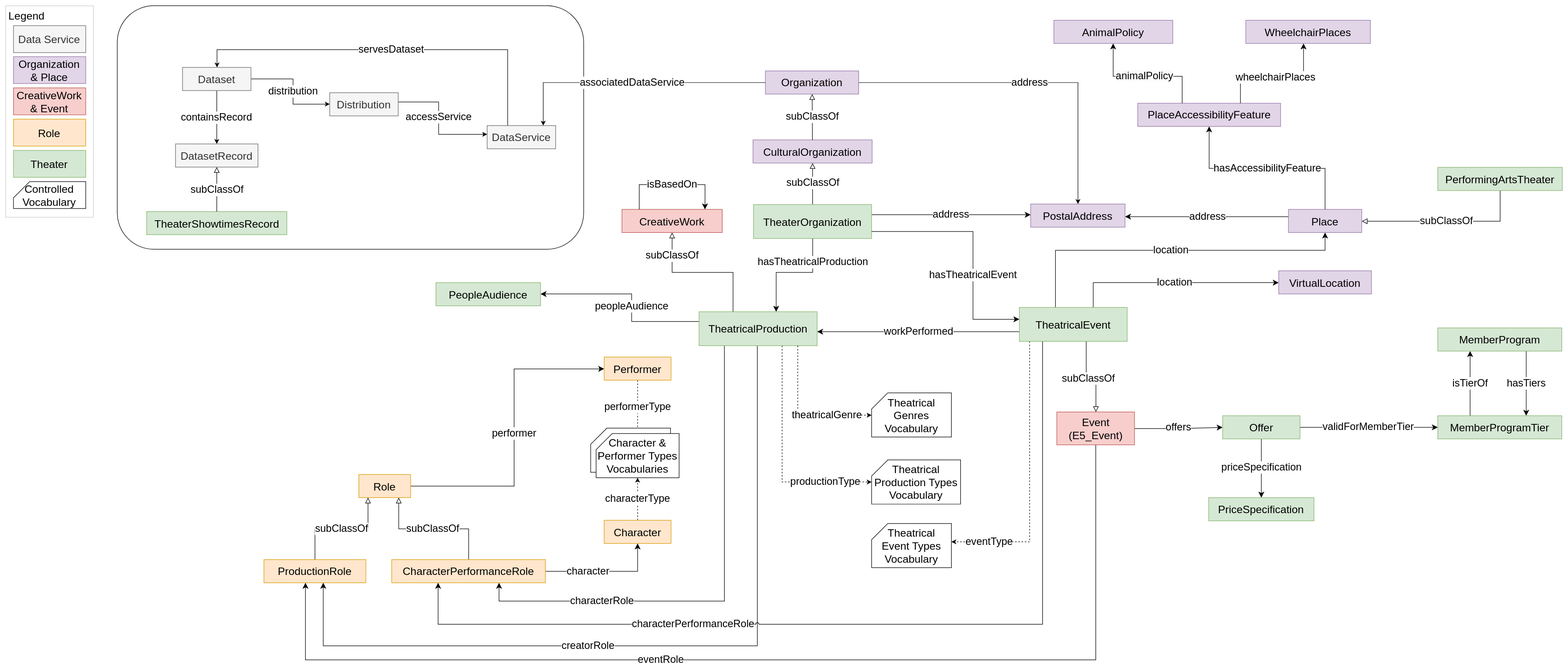
The draw.io diagram visual-models/theater-showtimes-concise-model.drawio.svg in Fraunhofer-FIT-DSAI/drk-information-model, before a commit. Source tidied: cells renumbered, new cells last; positions are measured from the earlier drawing's top-left corner, leaving out a move shared by most shapes.
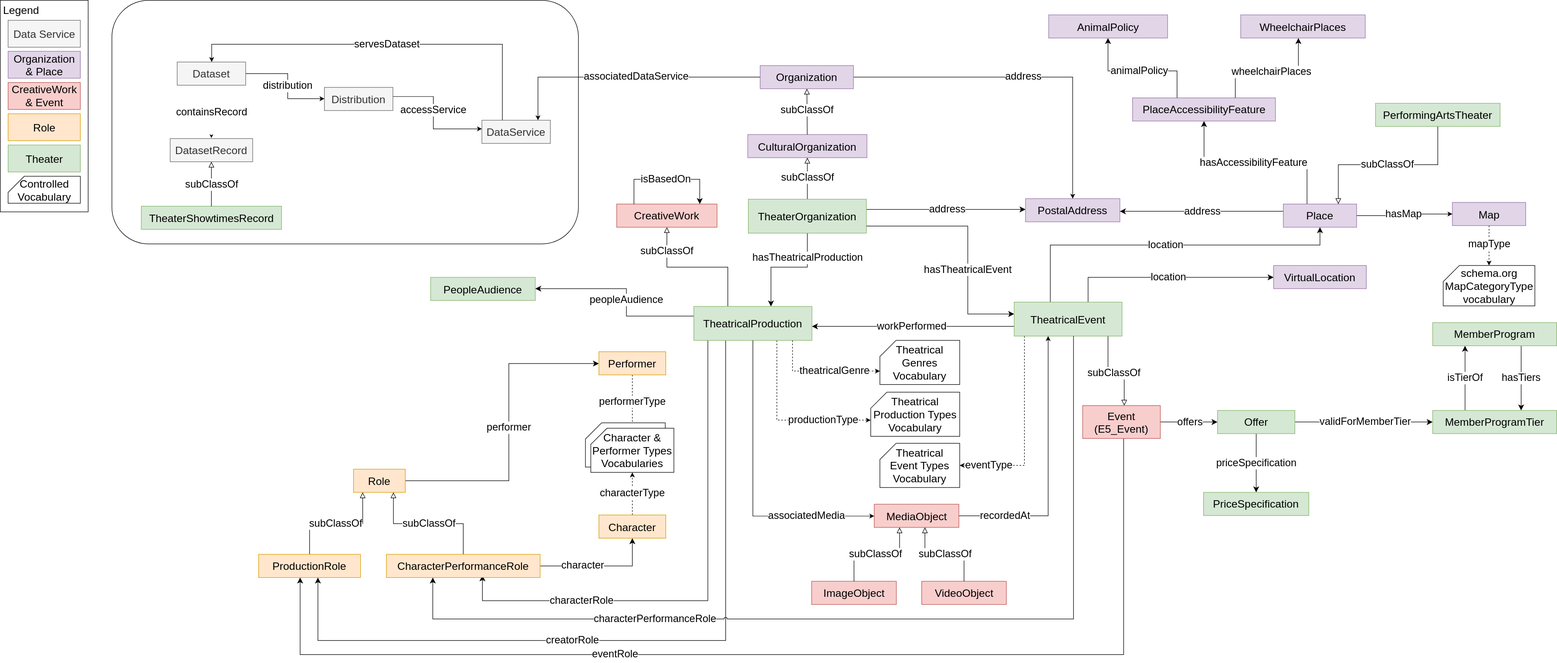
The same diagram one commit later.

Commit message:
[Visual model] Update theater showtimes concise model to add Map & MediaObject classes based on schema.org

Diff of the diagram source:
```diff
@@ -2,9 +2,9 @@
   <root>
     <mxCell id="0" />
     <mxCell id="1" parent="0" />
-    <mxCell id="2" style="rounded=1;whiteSpace=wrap;html=1;" parent="1" vertex="1">
-      <mxGeometry x="207" width="865" height="452" as="geometry" />
-    </mxCell>
+    <mxCell id="87" style="rounded=1;whiteSpace=wrap;html=1;" parent="1" vertex="1">
+      <mxGeometry x="207" width="865" height="452" as="geometry" />
+    </mxCell>
     <mxCell id="3" value="&lt;font style=&quot;font-size: 19px;&quot;&gt;hasTheatricalProduction&lt;/font&gt;" style="edgeStyle=orthogonalEdgeStyle;rounded=0;jettySize=auto;html=1;fontSize=12;startSize=8;endSize=8;" parent="1" edge="1" source="6" target="13">
       <mxGeometry x="-0.58" relative="1" as="geometry">
         <Array as="points">
@@ -56,26 +56,29 @@
     <mxCell id="10" value="&lt;font style=&quot;font-size: 19px;&quot;&gt;creatorRole&lt;/font&gt;" style="edgeStyle=orthogonalEdgeStyle;rounded=0;jettySize=auto;html=1;fontSize=12;startSize=8;endSize=8;" parent="1" edge="1" source="13" target="31">
       <mxGeometry x="0.18" relative="1" as="geometry">
         <Array as="points">
-          <mxPoint x="1394" y="1188" />
+          <mxPoint x="1345" y="1188" />
           <mxPoint x="589" y="1188" />
         </Array>
         <mxPoint x="-1" as="offset" />
       </mxGeometry>
     </mxCell>
-    <mxCell id="11" value="&lt;font style=&quot;font-size: 19px;&quot;&gt;characterRole&lt;/font&gt;" style="edgeStyle=orthogonalEdgeStyle;rounded=0;jettySize=auto;html=1;fontSize=12;startSize=8;endSize=8;" parent="1" edge="1" source="13" target="34">
+    <mxCell id="11" value="&lt;font style=&quot;font-size: 19px;&quot;&gt;characterRole&lt;/font&gt;" style="edgeStyle=orthogonalEdgeStyle;rounded=0;orthogonalLoop=1;jettySize=auto;html=1;fontSize=12;startSize=8;endSize=8;" parent="1" edge="1">
       <mxGeometry x="0.51" relative="1" as="geometry">
+        <mxPoint x="1312" y="626.9" as="sourcePoint" />
+        <mxPoint x="894" y="1066.9" as="targetPoint" />
         <Array as="points">
-          <mxPoint x="1333" y="1105" />
-          <mxPoint x="915" y="1105" />
+          <mxPoint x="1312" y="1114" />
+          <mxPoint x="894" y="1114" />
         </Array>
         <mxPoint x="-1" as="offset" />
       </mxGeometry>
     </mxCell>
     <mxCell id="12" value="&lt;font style=&quot;font-size: 19px;&quot;&gt;productionType&lt;/font&gt;" style="edgeStyle=orthogonalEdgeStyle;rounded=0;jettySize=auto;html=1;dashed=1;" parent="1" edge="1" source="13" target="74">
-      <mxGeometry x="0.58" relative="1" as="geometry">
+      <mxGeometry x="0.47" relative="1" as="geometry">
         <Array as="points">
-          <mxPoint x="1440" y="884" />
+          <mxPoint x="1440" y="779" />
         </Array>
+        <mxPoint x="-1" as="offset" />
       </mxGeometry>
     </mxCell>
     <mxCell id="13" value="TheatricalProduction" style="rounded=0;whiteSpace=wrap;html=1;fontSize=20;fillColor=#d5e8d4;strokeColor=#82b366;" parent="1" vertex="1">
@@ -102,8 +105,8 @@
     <mxCell id="17" value="&lt;font style=&quot;font-size: 19px;&quot;&gt;subClassOf&lt;/font&gt;" style="edgeStyle=orthogonalEdgeStyle;rounded=0;jettySize=auto;html=1;fontSize=12;startSize=8;endSize=8;endArrow=block;endFill=0;" parent="1" edge="1" source="20" target="47">
       <mxGeometry relative="1" as="geometry">
         <Array as="points">
-          <mxPoint x="2004" y="692" />
-          <mxPoint x="2022" y="692" />
+          <mxPoint x="2054" y="692" />
+          <mxPoint x="2084" y="692" />
         </Array>
       </mxGeometry>
     </mxCell>
@@ -116,10 +119,11 @@
       </mxGeometry>
     </mxCell>
     <mxCell id="19" value="&lt;font style=&quot;font-size: 19px;&quot;&gt;eventType&lt;/font&gt;" style="edgeStyle=orthogonalEdgeStyle;rounded=0;jettySize=auto;html=1;dashed=1;" parent="1" edge="1" source="20" target="75">
-      <mxGeometry x="0.73" relative="1" as="geometry">
+      <mxGeometry x="0.7" relative="1" as="geometry">
         <Array as="points">
-          <mxPoint x="1899" y="995" />
+          <mxPoint x="1899" y="863" />
         </Array>
+        <mxPoint x="-1" as="offset" />
       </mxGeometry>
     </mxCell>
     <mxCell id="20" value="TheatricalEvent" style="rounded=0;whiteSpace=wrap;html=1;fontSize=20;fillColor=#d5e8d4;strokeColor=#82b366;" parent="1" vertex="1">
@@ -134,7 +138,7 @@
     <mxCell id="22" value="&lt;span style=&quot;text-wrap-mode: wrap; background-color: rgb(251, 251, 251);&quot;&gt;&lt;font style=&quot;font-size: 19px;&quot;&gt;hasAccessibilityFeature&lt;/font&gt;&lt;/span&gt;" style="edgeStyle=orthogonalEdgeStyle;rounded=0;jettySize=auto;html=1;fontSize=12;startSize=8;endSize=8;" parent="1" edge="1" source="23" target="24">
       <mxGeometry relative="1" as="geometry">
         <Array as="points">
-          <mxPoint x="2447" y="302" />
+          <mxPoint x="2423" y="302" />
           <mxPoint x="2232" y="302" />
         </Array>
       </mxGeometry>
@@ -217,38 +221,40 @@
     <mxCell id="41" value="&lt;font style=&quot;font-size: 19px;&quot;&gt;subClassOf&lt;/font&gt;" style="edgeStyle=orthogonalEdgeStyle;rounded=0;jettySize=auto;html=1;fontSize=12;startSize=8;endSize=8;endArrow=block;endFill=0;" parent="1" edge="1" source="42" target="23">
       <mxGeometry relative="1" as="geometry">
         <Array as="points">
-          <mxPoint x="2772" y="400" />
+          <mxPoint x="2666" y="305" />
+          <mxPoint x="2481" y="305" />
         </Array>
       </mxGeometry>
     </mxCell>
     <mxCell id="42" value="PerformingArtsTheater" style="rounded=0;whiteSpace=wrap;html=1;fontSize=20;fillColor=#d5e8d4;strokeColor=#82b366;" parent="1" vertex="1">
-      <mxGeometry x="2656" y="300" width="231" height="43" as="geometry" />
+      <mxGeometry x="2550" y="191" width="231" height="43" as="geometry" />
     </mxCell>
     <mxCell id="43" value="VirtualLocation" style="rounded=0;whiteSpace=wrap;html=1;fontSize=20;fillColor=#e1d5e7;strokeColor=#9673a6;" parent="1" vertex="1">
       <mxGeometry x="2361" y="492" width="172" height="43" as="geometry" />
     </mxCell>
     <mxCell id="44" value="&lt;font style=&quot;font-size: 19px;&quot;&gt;eventRole&lt;/font&gt;" style="edgeStyle=orthogonalEdgeStyle;rounded=0;jettySize=auto;html=1;fontSize=12;startSize=8;endSize=8;" parent="1" edge="1" source="47" target="31">
-      <mxGeometry x="0.2" relative="1" as="geometry">
+      <mxGeometry x="0.3" relative="1" as="geometry">
         <Array as="points">
-          <mxPoint x="2021" y="1214" />
+          <mxPoint x="2083" y="1214" />
           <mxPoint x="556" y="1214" />
         </Array>
         <mxPoint x="1" as="offset" />
       </mxGeometry>
     </mxCell>
     <mxCell id="45" value="&lt;span style=&quot;font-size: 19px;&quot;&gt;characterPerformanceRole&lt;/span&gt;" style="edgeStyle=orthogonalEdgeStyle;rounded=0;jettySize=auto;html=1;fontSize=12;startSize=8;endSize=8;jumpStyle=arc;" parent="1" edge="1" source="20" target="34">
-      <mxGeometry x="0.36" relative="1" as="geometry">
+      <mxGeometry x="0.45" relative="1" as="geometry">
         <Array as="points">
-          <mxPoint x="1923" y="1148" />
+          <mxPoint x="1990" y="1148" />
           <mxPoint x="802" y="1148" />
         </Array>
+        <mxPoint x="-1" as="offset" />
       </mxGeometry>
     </mxCell>
     <mxCell id="46" value="&lt;font style=&quot;font-size: 19px;&quot;&gt;offers&lt;/font&gt;" style="edgeStyle=orthogonalEdgeStyle;rounded=0;jettySize=auto;html=1;fontSize=12;startSize=8;endSize=8;" parent="1" edge="1" source="47" target="50">
       <mxGeometry relative="1" as="geometry" />
     </mxCell>
     <mxCell id="47" value="Event (E5_Event)" style="rounded=0;whiteSpace=wrap;html=1;fontSize=20;fillColor=#f8cecc;strokeColor=#b85450;" parent="1" vertex="1">
-      <mxGeometry x="1949.5" y="754" width="144" height="61" as="geometry" />
+      <mxGeometry x="2007" y="752" width="144" height="61" as="geometry" />
     </mxCell>
     <mxCell id="48" value="&lt;font style=&quot;font-size: 19px;&quot;&gt;priceSpecification&lt;/font&gt;" style="edgeStyle=orthogonalEdgeStyle;rounded=0;jettySize=auto;html=1;fontSize=12;startSize=8;endSize=8;" parent="1" edge="1" source="50" target="51">
       <mxGeometry relative="1" as="geometry" />
@@ -285,7 +291,7 @@
       <mxGeometry x="2656" y="598" width="230" height="43" as="geometry" />
     </mxCell>
     <mxCell id="56" value="&lt;font style=&quot;font-size: 19px;&quot;&gt;associatedDataService&lt;/font&gt;" style="edgeStyle=orthogonalEdgeStyle;rounded=0;jettySize=auto;html=1;" parent="1" edge="1" source="26" target="58">
-      <mxGeometry relative="1" as="geometry">
+      <mxGeometry x="-0.06" relative="1" as="geometry">
         <Array as="points">
           <mxPoint x="997" y="143" />
         </Array>
@@ -366,30 +372,30 @@
       <mxGeometry relative="1" as="geometry" />
     </mxCell>
     <mxCell id="73" value="Theatrical Genres Vocabulary" style="shape=card;whiteSpace=wrap;html=1;fontSize=20;" parent="1" vertex="1">
-      <mxGeometry x="1606" y="718.5" width="148" height="82" as="geometry" />
+      <mxGeometry x="1631" y="631" width="148" height="82" as="geometry" />
     </mxCell>
     <mxCell id="74" value="Theatrical Production Types Vocabulary" style="shape=card;whiteSpace=wrap;html=1;fontSize=20;align=center;verticalAlign=middle;fontFamily=Helvetica;" parent="1" vertex="1">
-      <mxGeometry x="1606" y="843" width="165" height="82" as="geometry" />
+      <mxGeometry x="1614" y="727" width="165" height="82" as="geometry" />
     </mxCell>
     <mxCell id="75" value="Theatrical&lt;div&gt;Event Types Vocabulary&lt;/div&gt;" style="shape=card;whiteSpace=wrap;html=1;fontSize=20;" parent="1" vertex="1">
-      <mxGeometry x="1606" y="961" width="148" height="82" as="geometry" />
+      <mxGeometry x="1631" y="822" width="148" height="82" as="geometry" />
     </mxCell>
     <mxCell id="76" value="&lt;font style=&quot;font-size: 19px;&quot;&gt;theatricalGenre&lt;/font&gt;" style="edgeStyle=orthogonalEdgeStyle;rounded=0;jettySize=auto;html=1;dashed=1;" parent="1" edge="1" source="13" target="73">
-      <mxGeometry x="0.37" relative="1" as="geometry">
+      <mxGeometry x="0.22" relative="1" as="geometry">
         <Array as="points">
-          <mxPoint x="1469" y="760" />
+          <mxPoint x="1469" y="688" />
         </Array>
       </mxGeometry>
     </mxCell>
-    <mxCell id="77" style="shape=card;whiteSpace=wrap;html=1;fontSize=20;" parent="1" vertex="1">
-      <mxGeometry x="1085" y="784" width="148" height="82" as="geometry" />
-    </mxCell>
+    <mxCell id="88" style="shape=card;whiteSpace=wrap;html=1;fontSize=20;" parent="1" vertex="1">
+      <mxGeometry x="1085" y="784" width="148" height="82" as="geometry" />
+    </mxCell>
     <mxCell id="78" value="Character &amp;amp; Performer Types Vocabularies" style="shape=card;whiteSpace=wrap;html=1;fontSize=20;" parent="1" vertex="1">
       <mxGeometry x="1095" y="794" width="154" height="82" as="geometry" />
     </mxCell>
-    <mxCell id="79" style="rounded=0;whiteSpace=wrap;html=1;strokeWidth=0.2;" parent="1" vertex="1">
-      <mxGeometry width="163" height="392.5" as="geometry" />
-    </mxCell>
+    <mxCell id="89" style="rounded=0;whiteSpace=wrap;html=1;strokeWidth=0.2;" parent="1" vertex="1">
+      <mxGeometry width="163" height="392.5" as="geometry" />
+    </mxCell>
     <mxCell id="80" value="&lt;font style=&quot;font-size: 20px;&quot;&gt;Legend&lt;/font&gt;" style="text;html=1;align=center;verticalAlign=middle;whiteSpace=wrap;rounded=0;" parent="1" vertex="1">
       <mxGeometry x="3" y="3" width="72" height="30" as="geometry" />
     </mxCell>
@@ -411,5 +417,56 @@
     <mxCell id="86" value="Controlled Vocabulary" style="shape=card;whiteSpace=wrap;html=1;fontSize=20;" parent="1" vertex="1">
       <mxGeometry x="14.5" y="326.5" width="134" height="50" as="geometry" />
     </mxCell>
+    <mxCell id="90" value="&lt;font style=&quot;font-size: 19px;&quot;&gt;mapType&lt;/font&gt;" style="edgeStyle=orthogonalEdgeStyle;rounded=0;jettySize=auto;html=1;dashed=1;" parent="1" edge="1" source="91" target="93">
+      <mxGeometry relative="1" as="geometry" />
+    </mxCell>
+    <mxCell id="91" value="Map" style="rounded=0;whiteSpace=wrap;html=1;fontSize=20;fillColor=#e1d5e7;strokeColor=#9673a6;" parent="1" vertex="1">
+      <mxGeometry x="2692.5" y="375" width="136" height="43" as="geometry" />
+    </mxCell>
+    <mxCell id="92" value="&lt;font style=&quot;font-size: 19px;&quot;&gt;hasMap&lt;/font&gt;" style="edgeStyle=orthogonalEdgeStyle;rounded=0;jettySize=auto;html=1;" parent="1" edge="1" source="23" target="91">
+      <mxGeometry relative="1" as="geometry" />
+    </mxCell>
+    <mxCell id="93" value="schema.org MapCategoryType vocabulary" style="shape=card;whiteSpace=wrap;html=1;fontSize=20;" parent="1" vertex="1">
+      <mxGeometry x="2675.5" y="492" width="170" height="75" as="geometry" />
+    </mxCell>
+    <mxCell id="94" value="&lt;font style=&quot;font-size: 19px;&quot;&gt;associatedMedia&lt;/font&gt;" style="edgeStyle=orthogonalEdgeStyle;rounded=0;jettySize=auto;html=1;" parent="1" edge="1" source="13" target="96">
+      <mxGeometry x="0.54" relative="1" as="geometry">
+        <Array as="points">
+          <mxPoint x="1396" y="957" />
+        </Array>
+      </mxGeometry>
+    </mxCell>
+    <mxCell id="95" value="&lt;font style=&quot;font-size: 19px;&quot;&gt;recordedAt&lt;/font&gt;" style="edgeStyle=orthogonalEdgeStyle;rounded=0;jettySize=auto;html=1;" parent="1" edge="1" source="96" target="20">
+      <mxGeometry x="-0.65" relative="1" as="geometry">
+        <Array as="points">
+          <mxPoint x="1943" y="957" />
+        </Array>
+      </mxGeometry>
+    </mxCell>
+    <mxCell id="96" value="MediaObject" style="rounded=0;whiteSpace=wrap;html=1;fontSize=20;fillColor=#f8cecc;strokeColor=#b85450;" parent="1" vertex="1">
+      <mxGeometry x="1620.5" y="935" width="157" height="43" as="geometry" />
+    </mxCell>
+    <mxCell id="97" value="ImageObject" style="rounded=0;whiteSpace=wrap;html=1;fontSize=20;fillColor=#f8cecc;strokeColor=#b85450;" parent="1" vertex="1">
+      <mxGeometry x="1504.5" y="1078" width="157" height="43" as="geometry" />
+    </mxCell>
+    <mxCell id="98" value="&lt;font style=&quot;font-size: 19px;&quot;&gt;subClassOf&lt;/font&gt;" style="edgeStyle=orthogonalEdgeStyle;rounded=0;jettySize=auto;html=1;fontSize=12;startSize=8;endSize=8;endArrow=block;endFill=0;" parent="1" edge="1" source="97" target="96">
+      <mxGeometry relative="1" as="geometry">
+        <Array as="points">
+          <mxPoint x="1582.5" y="1028" />
+          <mxPoint x="1667.5" y="1028" />
+        </Array>
+      </mxGeometry>
+    </mxCell>
+    <mxCell id="99" value="VideoObject" style="rounded=0;whiteSpace=wrap;html=1;fontSize=20;fillColor=#f8cecc;strokeColor=#b85450;" parent="1" vertex="1">
+      <mxGeometry x="1708.5" y="1078" width="157" height="43" as="geometry" />
+    </mxCell>
+    <mxCell id="100" value="&lt;font style=&quot;font-size: 19px;&quot;&gt;subClassOf&lt;/font&gt;" style="edgeStyle=orthogonalEdgeStyle;rounded=0;jettySize=auto;html=1;fontSize=12;startSize=8;endSize=8;endArrow=block;endFill=0;" parent="1" edge="1" source="99" target="96">
+      <mxGeometry relative="1" as="geometry">
+        <Array as="points">
+          <mxPoint x="1786.5" y="1028" />
+          <mxPoint x="1714.5" y="1028" />
+        </Array>
+      </mxGeometry>
+    </mxCell>
   </root>
 </mxGraphModel>
```
